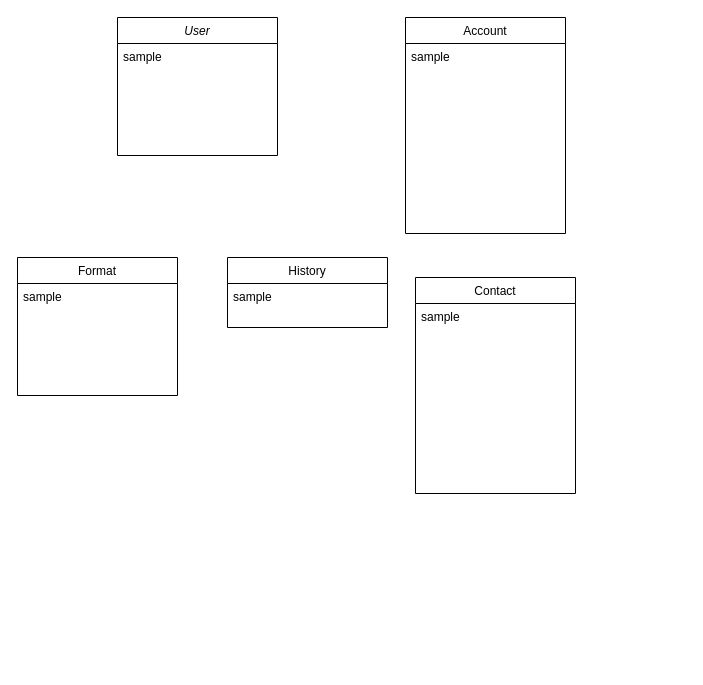
Before: mail-sender.drawio in mail-sender/mail_sender_back, a draw.io diagram. Source tidied: cells renumbered, new cells numbered last; positions are measured from the earlier drawing's top-left corner, leaving out a move shared by most shapes. Both pictures are drawn from the tidied source at 100%, with x=0, y=0 at pixel (17, 17).
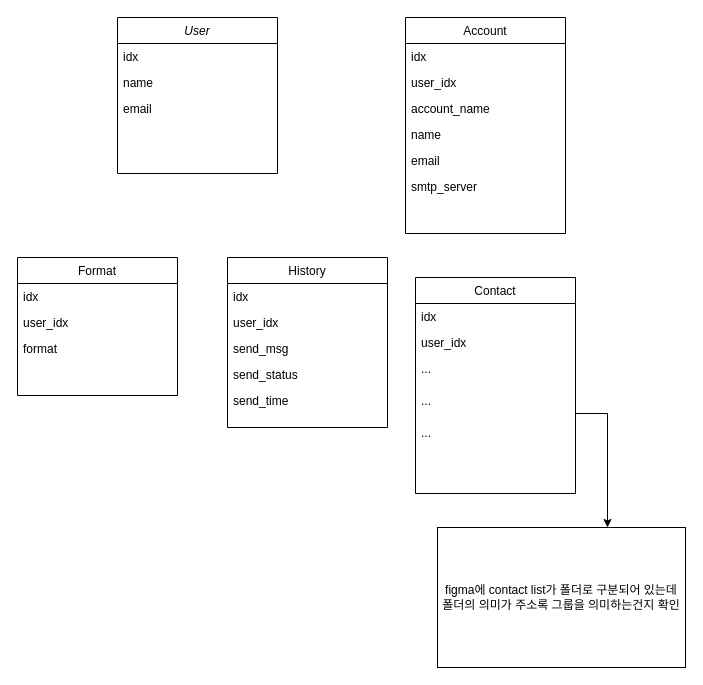
The same diagram, later.

The change refers to these unchanged cells:
```xml
<mxCell id="4" value="Format" style="swimlane;fontStyle=0;align=center;verticalAlign=top;horizontal=1;startSize=26;rounded=0;shadow=0;strokeWidth=1;" parent="1" vertex="1">
  <mxGeometry y="240" width="160" height="138" as="geometry" />
</mxCell>
<mxCell id="8" value="Account" style="swimlane;fontStyle=0;align=center;verticalAlign=top;horizontal=1;startSize=26;rounded=0;shadow=0;strokeWidth=1;" parent="1" vertex="1">
  <mxGeometry x="388" width="160" height="216" as="geometry" />
</mxCell>
<mxCell id="10" value="Contact" style="swimlane;fontStyle=0;align=center;verticalAlign=top;horizontal=1;startSize=26;rounded=0;shadow=0;strokeWidth=1;" parent="1" vertex="1">
  <mxGeometry x="398" y="260" width="160" height="216" as="geometry" />
</mxCell>
```

Change to the diagram source:
```diff
@@
     <mxCell id="2" value="User" style="swimlane;fontStyle=2;align=center;verticalAlign=top;horizontal=1;startSize=26;rounded=0;shadow=0;strokeWidth=1;" parent="1" vertex="1">
-      <mxGeometry x="100" width="160" height="138" as="geometry" />
+      <mxGeometry x="100" width="160" height="156" as="geometry" />
     </mxCell>
-    <mxCell id="3" value="sample" style="text;align=left;verticalAlign=top;spacingLeft=4;spacingRight=4;overflow=hidden;" parent="2" vertex="1">
+    <mxCell id="3" value="idx" style="text;align=left;verticalAlign=top;spacingLeft=4;spacingRight=4;overflow=hidden;" parent="2" vertex="1">
       <mxGeometry y="26" width="160" height="26" as="geometry" />
     </mxCell>
+    <mxCell id="12" value="name" style="text;align=left;verticalAlign=top;spacingLeft=4;spacingRight=4;overflow=hidden;" parent="2" vertex="1">
+      <mxGeometry y="52" width="160" height="26" as="geometry" />
+    </mxCell>
+    <mxCell id="13" value="email" style="text;align=left;verticalAlign=top;spacingLeft=4;spacingRight=4;overflow=hidden;" parent="2" vertex="1">
+      <mxGeometry y="78" width="160" height="26" as="geometry" />
+    </mxCell>
@@
-    <mxCell id="5" value="sample" style="text;align=left;verticalAlign=top;spacingLeft=4;spacingRight=4;overflow=hidden;" parent="4" vertex="1">
+    <mxCell id="5" value="idx" style="text;align=left;verticalAlign=top;spacingLeft=4;spacingRight=4;overflow=hidden;" parent="4" vertex="1">
       <mxGeometry y="26" width="160" height="26" as="geometry" />
     </mxCell>
+    <mxCell id="14" value="user_idx" style="text;align=left;verticalAlign=top;spacingLeft=4;spacingRight=4;overflow=hidden;" parent="4" vertex="1">
+      <mxGeometry y="52" width="160" height="26" as="geometry" />
+    </mxCell>
+    <mxCell id="15" value="format" style="text;align=left;verticalAlign=top;spacingLeft=4;spacingRight=4;overflow=hidden;" parent="4" vertex="1">
+      <mxGeometry y="78" width="160" height="26" as="geometry" />
+    </mxCell>
     <mxCell id="6" value="History" style="swimlane;fontStyle=0;align=center;verticalAlign=top;horizontal=1;startSize=26;rounded=0;shadow=0;strokeWidth=1;" parent="1" vertex="1">
-      <mxGeometry x="210" y="240" width="160" height="70" as="geometry" />
+      <mxGeometry x="210" y="240" width="160" height="170" as="geometry" />
     </mxCell>
-    <mxCell id="7" value="sample" style="text;align=left;verticalAlign=top;spacingLeft=4;spacingRight=4;overflow=hidden;" parent="6" vertex="1">
+    <mxCell id="7" value="idx" style="text;align=left;verticalAlign=top;spacingLeft=4;spacingRight=4;overflow=hidden;" parent="6" vertex="1">
       <mxGeometry y="26" width="160" height="26" as="geometry" />
     </mxCell>
+    <mxCell id="16" value="user_idx" style="text;align=left;verticalAlign=top;spacingLeft=4;spacingRight=4;overflow=hidden;" parent="6" vertex="1">
+      <mxGeometry y="52" width="160" height="26" as="geometry" />
+    </mxCell>
+    <mxCell id="17" value="send_msg" style="text;align=left;verticalAlign=top;spacingLeft=4;spacingRight=4;overflow=hidden;" parent="6" vertex="1">
+      <mxGeometry y="78" width="160" height="26" as="geometry" />
+    </mxCell>
+    <mxCell id="18" value="send_status" style="text;align=left;verticalAlign=top;spacingLeft=4;spacingRight=4;overflow=hidden;" parent="6" vertex="1">
+      <mxGeometry y="104" width="160" height="26" as="geometry" />
+    </mxCell>
+    <mxCell id="19" value="send_time" style="text;align=left;verticalAlign=top;spacingLeft=4;spacingRight=4;overflow=hidden;" parent="6" vertex="1">
+      <mxGeometry y="130" width="160" height="26" as="geometry" />
+    </mxCell>
@@
+    <mxCell id="20" value="idx" style="text;align=left;verticalAlign=top;spacingLeft=4;spacingRight=4;overflow=hidden;" parent="8" vertex="1">
+      <mxGeometry y="26" width="160" height="26" as="geometry" />
+    </mxCell>
+    <mxCell id="21" value="user_idx" style="text;align=left;verticalAlign=top;spacingLeft=4;spacingRight=4;overflow=hidden;" parent="8" vertex="1">
+      <mxGeometry y="52" width="160" height="26" as="geometry" />
+    </mxCell>
-    <mxCell id="9" value="sample" style="text;align=left;verticalAlign=top;spacingLeft=4;spacingRight=4;overflow=hidden;" parent="8" vertex="1">
-      <mxGeometry y="26" width="160" height="26" as="geometry" />
+    <mxCell id="9" value="account_name" style="text;align=left;verticalAlign=top;spacingLeft=4;spacingRight=4;overflow=hidden;" parent="8" vertex="1">
+      <mxGeometry y="78" width="160" height="26" as="geometry" />
     </mxCell>
+    <mxCell id="22" value="name" style="text;align=left;verticalAlign=top;spacingLeft=4;spacingRight=4;overflow=hidden;" parent="8" vertex="1">
+      <mxGeometry y="104" width="160" height="26" as="geometry" />
+    </mxCell>
+    <mxCell id="23" value="email" style="text;align=left;verticalAlign=top;spacingLeft=4;spacingRight=4;overflow=hidden;" parent="8" vertex="1">
+      <mxGeometry y="130" width="160" height="26" as="geometry" />
+    </mxCell>
+    <mxCell id="24" value="smtp_server" style="text;align=left;verticalAlign=top;spacingLeft=4;spacingRight=4;overflow=hidden;" parent="8" vertex="1">
+      <mxGeometry y="156" width="160" height="26" as="geometry" />
+    </mxCell>
@@
-    <mxCell id="11" value="sample" style="text;align=left;verticalAlign=top;spacingLeft=4;spacingRight=4;overflow=hidden;" parent="10" vertex="1">
+    <mxCell id="11" value="idx" style="text;align=left;verticalAlign=top;spacingLeft=4;spacingRight=4;overflow=hidden;" parent="10" vertex="1">
       <mxGeometry y="26" width="160" height="26" as="geometry" />
     </mxCell>
+    <mxCell id="25" value="user_idx" style="text;align=left;verticalAlign=top;spacingLeft=4;spacingRight=4;overflow=hidden;" parent="10" vertex="1">
+      <mxGeometry y="52" width="160" height="26" as="geometry" />
+    </mxCell>
+    <mxCell id="26" value="..." style="text;align=left;verticalAlign=top;spacingLeft=4;spacingRight=4;overflow=hidden;" parent="10" vertex="1">
+      <mxGeometry y="78" width="160" height="32" as="geometry" />
+    </mxCell>
+    <mxCell id="27" value="..." style="text;align=left;verticalAlign=top;spacingLeft=4;spacingRight=4;overflow=hidden;" parent="10" vertex="1">
+      <mxGeometry y="110" width="160" height="32" as="geometry" />
+    </mxCell>
+    <mxCell id="28" value="..." style="text;align=left;verticalAlign=top;spacingLeft=4;spacingRight=4;overflow=hidden;" parent="10" vertex="1">
+      <mxGeometry y="142" width="160" height="32" as="geometry" />
+    </mxCell>
+    <mxCell id="29" style="edgeStyle=segmentEdgeStyle;endArrow=classic;html=1;rounded=0;" parent="1" edge="1" target="30">
+      <mxGeometry relative="1" as="geometry">
+        <mxPoint x="558" y="396" as="sourcePoint" />
+        <Array as="points">
+          <mxPoint x="590" y="396" />
+        </Array>
+      </mxGeometry>
+    </mxCell>
+    <mxCell id="30" value="figma에 contact list가 폴더로 구분되어 있는데 &lt;br&gt;폴더의 의미가 주소록 그룹을 의미하는건지 확인" style="rounded=0;whiteSpace=wrap;html=1;" parent="1" vertex="1">
+      <mxGeometry x="420" y="510" width="248" height="140" as="geometry" />
+    </mxCell>
```
